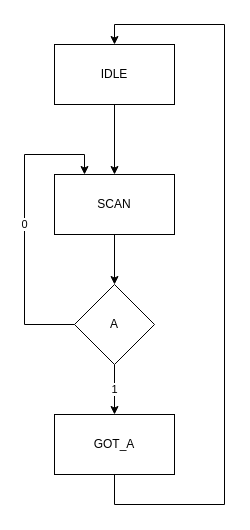
The draw.io diagram resources/test_3.drawio in jonahfoley/FSM.io, before the edit. Source tidied: cells renumbered, new cells numbered last; positions are measured from the earlier drawing's top-left corner, leaving out a move shared by most shapes. Both pictures are drawn from the tidied source at 100%, with x=0, y=0 at pixel (24, 24).
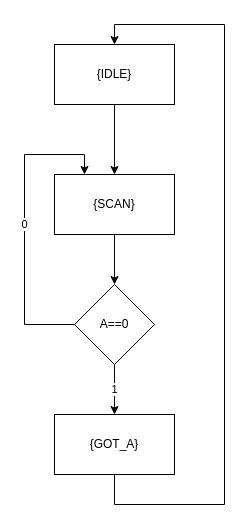
Above is the later version.

Change to the diagram source:
```diff
@@
 <mxGraphModel>
   <root>
     <mxCell id="0" />
     <mxCell id="1" parent="0" />
     <mxCell id="2" style="edgeStyle=orthogonalEdgeStyle;rounded=0;jettySize=auto;html=1;exitX=0.5;exitY=1;exitDx=0;exitDy=0;entryX=0.5;entryY=0;entryDx=0;entryDy=0;" parent="1" edge="1" source="3" target="5">
       <mxGeometry relative="1" as="geometry" />
     </mxCell>
-    <mxCell id="3" value="IDLE" style="rounded=0;whiteSpace=wrap;html=1;" parent="1" vertex="1">
+    <mxCell id="3" value="{IDLE}" style="rounded=0;whiteSpace=wrap;html=1;" parent="1" vertex="1">
       <mxGeometry x="30" y="20" width="120" height="60" as="geometry" />
     </mxCell>
     <mxCell id="4" style="edgeStyle=orthogonalEdgeStyle;rounded=0;jettySize=auto;html=1;exitX=0.5;exitY=1;exitDx=0;exitDy=0;entryX=0.5;entryY=0;entryDx=0;entryDy=0;" parent="1" edge="1" source="5" target="8">
       <mxGeometry relative="1" as="geometry" />
     </mxCell>
-    <mxCell id="5" value="SCAN" style="rounded=0;whiteSpace=wrap;html=1;" parent="1" vertex="1">
+    <mxCell id="5" value="{SCAN}" style="rounded=0;whiteSpace=wrap;html=1;" parent="1" vertex="1">
       <mxGeometry x="30" y="150" width="120" height="60" as="geometry" />
     </mxCell>
     <mxCell id="6" value="0" style="edgeStyle=orthogonalEdgeStyle;rounded=0;jettySize=auto;html=1;exitX=0;exitY=0.5;exitDx=0;exitDy=0;entryX=0.25;entryY=0;entryDx=0;entryDy=0;" parent="1" edge="1" source="8" target="5">
       <mxGeometry relative="1" as="geometry">
         <Array as="points">
           <mxPoint y="300" />
           <mxPoint y="130" />
           <mxPoint x="60" y="130" />
         </Array>
       </mxGeometry>
     </mxCell>
     <mxCell id="7" value="1" style="edgeStyle=orthogonalEdgeStyle;rounded=0;jettySize=auto;html=1;exitX=0.5;exitY=1;exitDx=0;exitDy=0;entryX=0.5;entryY=0;entryDx=0;entryDy=0;" parent="1" edge="1" source="8" target="10">
       <mxGeometry relative="1" as="geometry" />
     </mxCell>
-    <mxCell id="8" value="A" style="rhombus;whiteSpace=wrap;html=1;" parent="1" vertex="1">
+    <mxCell id="8" value="A==0" style="rhombus;whiteSpace=wrap;html=1;" parent="1" vertex="1">
       <mxGeometry x="50" y="260" width="80" height="80" as="geometry" />
     </mxCell>
     <mxCell id="9" style="edgeStyle=orthogonalEdgeStyle;rounded=0;jettySize=auto;html=1;entryX=0.5;entryY=0;entryDx=0;entryDy=0;" parent="1" edge="1" source="10" target="3">
       <mxGeometry relative="1" as="geometry">
         <Array as="points">
           <mxPoint x="90" y="480" />
           <mxPoint x="200" y="480" />
           <mxPoint x="200" />
           <mxPoint x="90" />
         </Array>
       </mxGeometry>
     </mxCell>
-    <mxCell id="10" value="GOT_A" style="rounded=0;whiteSpace=wrap;html=1;" parent="1" vertex="1">
+    <mxCell id="10" value="{GOT_A}" style="rounded=0;whiteSpace=wrap;html=1;" parent="1" vertex="1">
       <mxGeometry x="30" y="390" width="120" height="60" as="geometry" />
     </mxCell>
   </root>
 </mxGraphModel>
```
